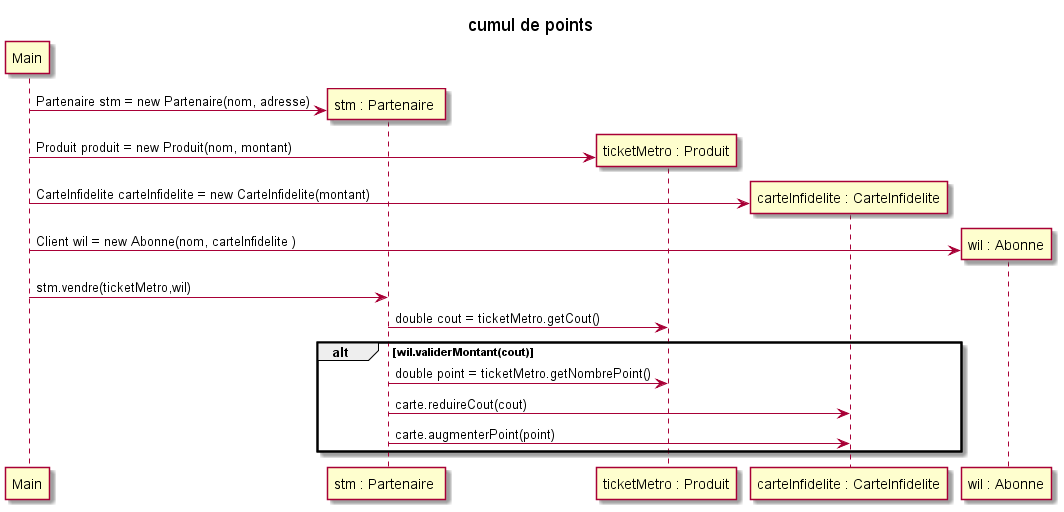
This is out/Diagramme/cumul de points.png from ZeroAbsolue/infidelite, a PlantUML export, as it was before one commit. Source of this version:
```plantuml
@startuml
title cumul de points
participant Main
participant "stm : Partenaire " as Partenaire
participant "ticketMetro : Produit" as Produit
participant "carteInfidelite : CarteInfidelite" as Carte
participant  "wil : Abonne" as Abonne
Main -> Partenaire ** : Partenaire stm = new Partenaire(nom, adresse)
Main -> Produit ** : Produit produit = new Produit(nom, montant)
Main -> Carte ** : CarteInfidelite carteInfidelite = new CarteInfidelite(montant)
Main -> Abonne ** : Client wil = new Abonne(nom, carteInfidelite )
Main->Partenaire  : stm.vendre(ticketMetro,wil)
Partenaire->Produit : double cout = ticketMetro.getCout()
alt wil.validerMontant(cout)
Partenaire->Produit : double point = ticketMetro.getNombrePoint()
Partenaire->Carte : carte.reduireCout(cout)
Partenaire->Carte : carte.augmenterPoint(point)
end
@enduml
```
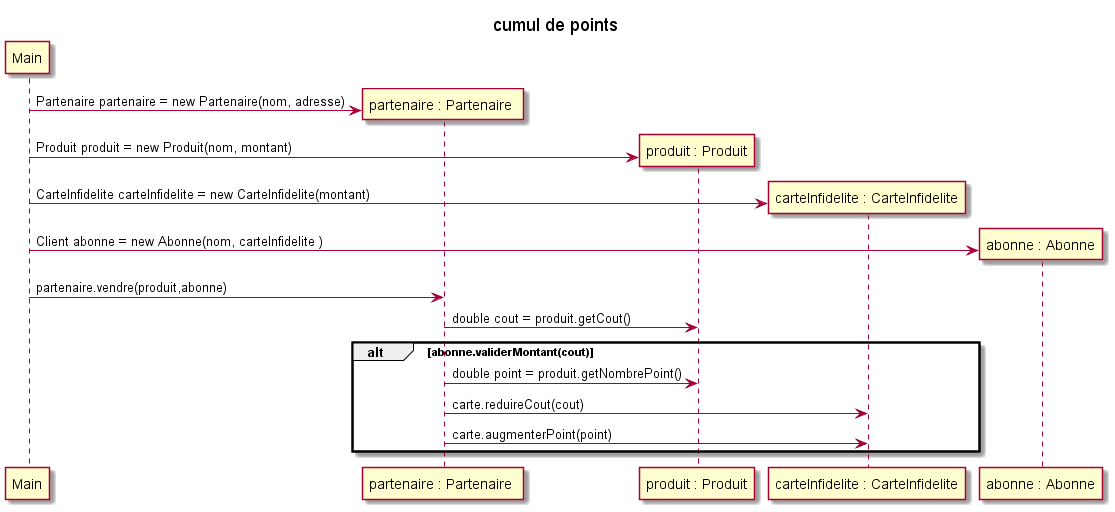
After the commit.

Commit message:
Mise a diagrame

Diff of the diagram source:
```diff
@@ -1,19 +1,19 @@
 @startuml
 title cumul de points
 participant Main
-participant "stm : Partenaire " as Partenaire
-participant "ticketMetro : Produit" as Produit
+participant "partenaire : Partenaire " as Partenaire
+participant "produit : Produit" as Produit
 participant "carteInfidelite : CarteInfidelite" as Carte
-participant  "wil : Abonne" as Abonne
-Main -> Partenaire ** : Partenaire stm = new Partenaire(nom, adresse)
+participant  "abonne : Abonne" as Abonne
+Main -> Partenaire ** : Partenaire partenaire = new Partenaire(nom, adresse)
 Main -> Produit ** : Produit produit = new Produit(nom, montant)
 Main -> Carte ** : CarteInfidelite carteInfidelite = new CarteInfidelite(montant)
-Main -> Abonne ** : Client wil = new Abonne(nom, carteInfidelite )
-Main->Partenaire  : stm.vendre(ticketMetro,wil)
-Partenaire->Produit : double cout = ticketMetro.getCout()
-alt wil.validerMontant(cout)
-Partenaire->Produit : double point = ticketMetro.getNombrePoint()
-Partenaire->Carte : carte.reduireCout(cout)
-Partenaire->Carte : carte.augmenterPoint(point)
+Main -> Abonne ** : Client abonne = new Abonne(nom, carteInfidelite )
+Main->Partenaire  : partenaire.vendre(produit,abonne)
+Partenaire->Produit : double cout = produit.getCout()
+alt abonne.validerMontant(cout)
+    Partenaire->Produit : double point = produit.getNombrePoint()
+    Partenaire->Carte : carte.reduireCout(cout)
+    Partenaire->Carte : carte.augmenterPoint(point)
 end
 @enduml
```
